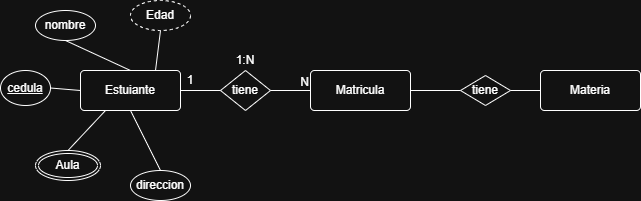
This is Modelo_ER_Estudiante.png from Criss-21/Diagramas-Base-De-DAtos, a draw.io export, as it was before one commit. Source tidied: cells renumbered, new cells last; positions are measured from the earlier drawing's top-left corner, leaving out a move shared by most shapes. The source it was exported from:
```xml
<mxGraphModel>
  <root>
    <mxCell id="0" />
    <mxCell id="1" parent="0" />
    <mxCell id="2" value="Estuiante" style="rounded=1;arcSize=10;whiteSpace=wrap;html=1;align=center;" parent="1" vertex="1">
      <mxGeometry x="80" y="70" width="100" height="40" as="geometry" />
    </mxCell>
    <mxCell id="3" value="tiene" style="shape=rhombus;perimeter=rhombusPerimeter;whiteSpace=wrap;html=1;align=center;" parent="1" vertex="1">
      <mxGeometry x="220" y="70" width="50" height="40" as="geometry" />
    </mxCell>
    <mxCell id="4" value="Matricula" style="rounded=1;arcSize=10;whiteSpace=wrap;html=1;align=center;" parent="1" vertex="1">
      <mxGeometry x="310" y="70" width="100" height="40" as="geometry" />
    </mxCell>
    <mxCell id="5" value="tiene" style="shape=rhombus;perimeter=rhombusPerimeter;whiteSpace=wrap;html=1;align=center;" parent="1" vertex="1">
      <mxGeometry x="460" y="75" width="50" height="30" as="geometry" />
    </mxCell>
    <mxCell id="6" value="Materia" style="rounded=1;arcSize=10;whiteSpace=wrap;html=1;align=center;" parent="1" vertex="1">
      <mxGeometry x="540" y="70" width="100" height="40" as="geometry" />
    </mxCell>
    <mxCell id="7" style="line;strokeWidth=1;dashed=0;labelPosition=right;align=left;verticalAlign=middle;spacingTop=0;spacingLeft=6;" parent="1" vertex="1">
      <mxGeometry x="410" y="85" width="50" height="10" as="geometry" />
    </mxCell>
    <mxCell id="8" style="line;strokeWidth=1;dashed=0;labelPosition=right;align=left;verticalAlign=middle;spacingTop=0;spacingLeft=6;" parent="1" vertex="1">
      <mxGeometry x="510" y="85" width="30" height="10" as="geometry" />
    </mxCell>
    <mxCell id="9" value="nombre" style="ellipse;whiteSpace=wrap;html=1;align=center;" parent="1" vertex="1">
      <mxGeometry x="35" y="10" width="60" height="30" as="geometry" />
    </mxCell>
    <mxCell id="10" value="Aula" style="ellipse;shape=doubleEllipse;margin=3;whiteSpace=wrap;html=1;align=center;" parent="1" vertex="1">
      <mxGeometry x="35" y="150" width="65" height="30" as="geometry" />
    </mxCell>
    <mxCell id="11" value="Edad" style="ellipse;whiteSpace=wrap;html=1;align=center;dashed=1;" parent="1" vertex="1">
      <mxGeometry x="130" width="60" height="30" as="geometry" />
    </mxCell>
    <mxCell id="12" value="cedula" style="ellipse;whiteSpace=wrap;html=1;align=center;fontStyle=4;" parent="1" vertex="1">
      <mxGeometry y="70" width="50" height="35" as="geometry" />
    </mxCell>
    <mxCell id="13" value="direccion" style="ellipse;whiteSpace=wrap;html=1;align=center;" parent="1" vertex="1">
      <mxGeometry x="130" y="170" width="60" height="30" as="geometry" />
    </mxCell>
    <mxCell id="14" style="endArrow=none;html=1;rounded=0;entryX=0.5;entryY=1;entryDx=0;entryDy=0;exitX=0.75;exitY=0;exitDx=0;exitDy=0;" parent="1" edge="1" source="2" target="11">
      <mxGeometry relative="1" as="geometry" />
    </mxCell>
    <mxCell id="15" style="endArrow=none;html=1;rounded=0;entryX=0.5;entryY=1;entryDx=0;entryDy=0;exitX=0.5;exitY=0;exitDx=0;exitDy=0;" parent="1" edge="1" source="2" target="9">
      <mxGeometry relative="1" as="geometry" />
    </mxCell>
    <mxCell id="16" style="endArrow=none;html=1;rounded=0;entryX=1;entryY=0.5;entryDx=0;entryDy=0;exitX=0;exitY=0.5;exitDx=0;exitDy=0;" parent="1" edge="1" source="2" target="12">
      <mxGeometry relative="1" as="geometry" />
    </mxCell>
    <mxCell id="17" style="endArrow=none;html=1;rounded=0;entryX=0.25;entryY=1;entryDx=0;entryDy=0;exitX=0.5;exitY=0;exitDx=0;exitDy=0;" parent="1" edge="1" source="10" target="2">
      <mxGeometry relative="1" as="geometry" />
    </mxCell>
    <mxCell id="18" style="endArrow=none;html=1;rounded=0;entryX=0.5;entryY=1;entryDx=0;entryDy=0;exitX=0.5;exitY=0;exitDx=0;exitDy=0;" parent="1" edge="1" source="13" target="2">
      <mxGeometry relative="1" as="geometry" />
    </mxCell>
    <mxCell id="19" style="endArrow=none;html=1;rounded=0;exitX=1;exitY=0.5;exitDx=0;exitDy=0;entryX=0;entryY=0.5;entryDx=0;entryDy=0;" parent="1" edge="1" source="3" target="4">
      <mxGeometry relative="1" as="geometry" />
    </mxCell>
    <mxCell id="20" value="N" style="html=1;whiteSpace=wrap;align=right;verticalAlign=bottom;" parent="19" vertex="1">
      <mxGeometry x="1" relative="1" as="geometry" />
    </mxCell>
    <mxCell id="21" style="endArrow=none;html=1;rounded=0;exitX=0;exitY=0.5;exitDx=0;exitDy=0;entryX=1;entryY=0.5;entryDx=0;entryDy=0;" parent="1" edge="1" source="3" target="2">
      <mxGeometry relative="1" as="geometry" />
    </mxCell>
    <mxCell id="22" value="1" style="text;html=1;whiteSpace=wrap;strokeColor=none;fillColor=none;align=center;verticalAlign=middle;rounded=0;" parent="1" vertex="1">
      <mxGeometry x="160" y="65" width="60" height="30" as="geometry" />
    </mxCell>
    <mxCell id="23" value="1:N" style="text;html=1;whiteSpace=wrap;strokeColor=none;fillColor=none;align=center;verticalAlign=middle;rounded=0;" parent="1" vertex="1">
      <mxGeometry x="215" y="45" width="60" height="30" as="geometry" />
    </mxCell>
  </root>
</mxGraphModel>
```
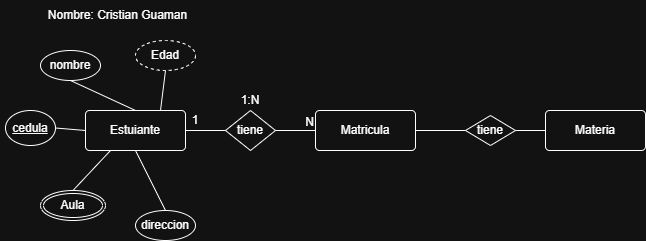
After the change.

Diff of the diagram source:
```diff
@@ -68,5 +68,8 @@
     <mxCell id="23" value="1:N" style="text;html=1;whiteSpace=wrap;strokeColor=none;fillColor=none;align=center;verticalAlign=middle;rounded=0;" parent="1" vertex="1">
       <mxGeometry x="215" y="45" width="60" height="30" as="geometry" />
     </mxCell>
+    <mxCell id="24" value="Nombre: Cristian Guaman" style="text;html=1;whiteSpace=wrap;strokeColor=none;fillColor=none;align=center;verticalAlign=middle;rounded=0;" parent="1" vertex="1">
+      <mxGeometry x="-5" y="-40" width="235" height="30" as="geometry" />
+    </mxCell>
   </root>
 </mxGraphModel>
```
